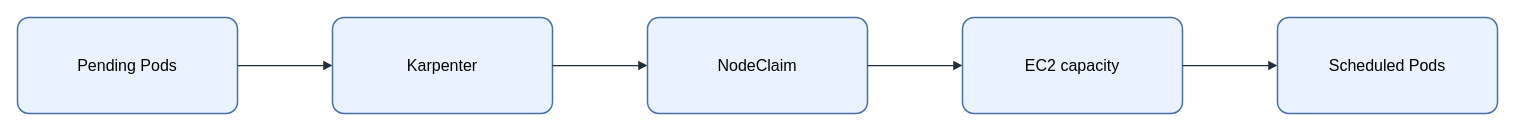
This is assets/img/kubernetes/karpenter-provisioning-flow.drawio from KKamJi98/kkamji98.github.io, a draw.io file, before an edit. Source tidied: cells renumbered, new cells numbered last; positions are measured from the earlier drawing's top-left corner, leaving out a move shared by most shapes. Both pictures are drawn from the tidied source at 100%, with x=0, y=0 at pixel (17, 17).
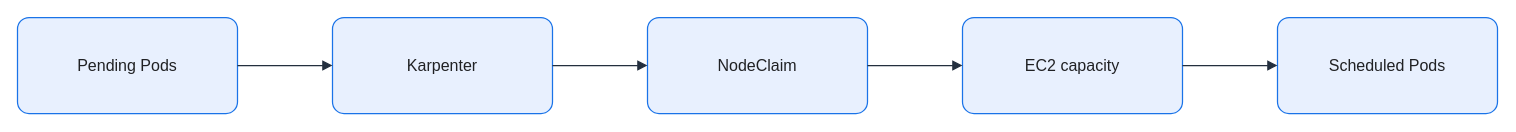
After the change.

Diff of the diagram source:
```diff
@@
 <mxGraphModel background="#FFFFFF">
   <root>
     <mxCell id="0" />
     <mxCell id="1" parent="0" />
-    <mxCell id="2" value="Pending Pods" style="rounded=1;arcSize=12;whiteSpace=wrap;html=0;fillColor=#EAF2FF;strokeColor=#4A6FA5;strokeWidth=1.5;fontColor=#000000;fontSize=16;align=center;verticalAlign=middle;spacing=8;shadow=0;" parent="1" vertex="1">
+    <mxCell id="2" value="Pending Pods" style="rounded=1;arcSize=12;whiteSpace=wrap;html=0;fillColor=#E8F0FE;strokeColor=#1A73E8;strokeWidth=1.25;fontColor=#202124;fontSize=16;align=center;verticalAlign=middle;spacing=8;shadow=0;" parent="1" vertex="1">
       <mxGeometry width="220" height="96" as="geometry" />
     </mxCell>
-    <mxCell id="3" value="Karpenter" style="rounded=1;arcSize=12;whiteSpace=wrap;html=0;fillColor=#EAF2FF;strokeColor=#4A6FA5;strokeWidth=1.5;fontColor=#000000;fontSize=16;align=center;verticalAlign=middle;spacing=8;shadow=0;" parent="1" vertex="1">
+    <mxCell id="3" value="Karpenter" style="rounded=1;arcSize=12;whiteSpace=wrap;html=0;fillColor=#E8F0FE;strokeColor=#1A73E8;strokeWidth=1.25;fontColor=#202124;fontSize=16;align=center;verticalAlign=middle;spacing=8;shadow=0;" parent="1" vertex="1">
       <mxGeometry x="315" width="220" height="96" as="geometry" />
     </mxCell>
-    <mxCell id="4" value="NodeClaim" style="rounded=1;arcSize=12;whiteSpace=wrap;html=0;fillColor=#EAF2FF;strokeColor=#4A6FA5;strokeWidth=1.5;fontColor=#000000;fontSize=16;align=center;verticalAlign=middle;spacing=8;shadow=0;" parent="1" vertex="1">
+    <mxCell id="4" value="NodeClaim" style="rounded=1;arcSize=12;whiteSpace=wrap;html=0;fillColor=#E8F0FE;strokeColor=#1A73E8;strokeWidth=1.25;fontColor=#202124;fontSize=16;align=center;verticalAlign=middle;spacing=8;shadow=0;" parent="1" vertex="1">
       <mxGeometry x="630" width="220" height="96" as="geometry" />
     </mxCell>
-    <mxCell id="5" value="EC2 capacity" style="rounded=1;arcSize=12;whiteSpace=wrap;html=0;fillColor=#EAF2FF;strokeColor=#4A6FA5;strokeWidth=1.5;fontColor=#000000;fontSize=16;align=center;verticalAlign=middle;spacing=8;shadow=0;" parent="1" vertex="1">
+    <mxCell id="5" value="EC2 capacity" style="rounded=1;arcSize=12;whiteSpace=wrap;html=0;fillColor=#E8F0FE;strokeColor=#1A73E8;strokeWidth=1.25;fontColor=#202124;fontSize=16;align=center;verticalAlign=middle;spacing=8;shadow=0;" parent="1" vertex="1">
       <mxGeometry x="945" width="220" height="96" as="geometry" />
     </mxCell>
-    <mxCell id="6" value="Scheduled Pods" style="rounded=1;arcSize=12;whiteSpace=wrap;html=0;fillColor=#EAF2FF;strokeColor=#4A6FA5;strokeWidth=1.5;fontColor=#000000;fontSize=16;align=center;verticalAlign=middle;spacing=8;shadow=0;" parent="1" vertex="1">
+    <mxCell id="6" value="Scheduled Pods" style="rounded=1;arcSize=12;whiteSpace=wrap;html=0;fillColor=#E8F0FE;strokeColor=#1A73E8;strokeWidth=1.25;fontColor=#202124;fontSize=16;align=center;verticalAlign=middle;spacing=8;shadow=0;" parent="1" vertex="1">
       <mxGeometry x="1260" width="220" height="96" as="geometry" />
     </mxCell>
-    <mxCell id="7" style="edgeStyle=orthogonalEdgeStyle;rounded=0;jettySize=auto;html=0;endArrow=block;endFill=1;strokeColor=#232F3E;strokeWidth=1.25;fontColor=#000000;labelBackgroundColor=none;exitX=1;exitY=0.5;exitDx=0;exitDy=0;entryX=0;entryY=0.5;entryDx=0;entryDy=0;" parent="1" edge="1" source="2" target="3">
+    <mxCell id="7" style="edgeStyle=orthogonalEdgeStyle;rounded=0;jettySize=auto;html=0;endArrow=block;endFill=1;strokeColor=#232F3E;strokeWidth=1.25;fontColor=#202124;labelBackgroundColor=none;exitX=1;exitY=0.5;exitDx=0;exitDy=0;entryX=0;entryY=0.5;entryDx=0;entryDy=0;endSize=7;" parent="1" edge="1" source="2" target="3">
       <mxGeometry relative="1" as="geometry" />
     </mxCell>
-    <mxCell id="8" style="edgeStyle=orthogonalEdgeStyle;rounded=0;jettySize=auto;html=0;endArrow=block;endFill=1;strokeColor=#232F3E;strokeWidth=1.25;fontColor=#000000;labelBackgroundColor=none;exitX=1;exitY=0.5;exitDx=0;exitDy=0;entryX=0;entryY=0.5;entryDx=0;entryDy=0;" parent="1" edge="1" source="3" target="4">
+    <mxCell id="8" style="edgeStyle=orthogonalEdgeStyle;rounded=0;jettySize=auto;html=0;endArrow=block;endFill=1;strokeColor=#232F3E;strokeWidth=1.25;fontColor=#202124;labelBackgroundColor=none;exitX=1;exitY=0.5;exitDx=0;exitDy=0;entryX=0;entryY=0.5;entryDx=0;entryDy=0;endSize=7;" parent="1" edge="1" source="3" target="4">
       <mxGeometry relative="1" as="geometry" />
     </mxCell>
-    <mxCell id="9" style="edgeStyle=orthogonalEdgeStyle;rounded=0;jettySize=auto;html=0;endArrow=block;endFill=1;strokeColor=#232F3E;strokeWidth=1.25;fontColor=#000000;labelBackgroundColor=none;exitX=1;exitY=0.5;exitDx=0;exitDy=0;entryX=0;entryY=0.5;entryDx=0;entryDy=0;" parent="1" edge="1" source="4" target="5">
+    <mxCell id="9" style="edgeStyle=orthogonalEdgeStyle;rounded=0;jettySize=auto;html=0;endArrow=block;endFill=1;strokeColor=#232F3E;strokeWidth=1.25;fontColor=#202124;labelBackgroundColor=none;exitX=1;exitY=0.5;exitDx=0;exitDy=0;entryX=0;entryY=0.5;entryDx=0;entryDy=0;endSize=7;" parent="1" edge="1" source="4" target="5">
       <mxGeometry relative="1" as="geometry" />
     </mxCell>
-    <mxCell id="10" style="edgeStyle=orthogonalEdgeStyle;rounded=0;jettySize=auto;html=0;endArrow=block;endFill=1;strokeColor=#232F3E;strokeWidth=1.25;fontColor=#000000;labelBackgroundColor=none;exitX=1;exitY=0.5;exitDx=0;exitDy=0;entryX=0;entryY=0.5;entryDx=0;entryDy=0;" parent="1" edge="1" source="5" target="6">
+    <mxCell id="10" style="edgeStyle=orthogonalEdgeStyle;rounded=0;jettySize=auto;html=0;endArrow=block;endFill=1;strokeColor=#232F3E;strokeWidth=1.25;fontColor=#202124;labelBackgroundColor=none;exitX=1;exitY=0.5;exitDx=0;exitDy=0;entryX=0;entryY=0.5;entryDx=0;entryDy=0;endSize=7;" parent="1" edge="1" source="5" target="6">
       <mxGeometry relative="1" as="geometry" />
     </mxCell>
   </root>
 </mxGraphModel>
```
